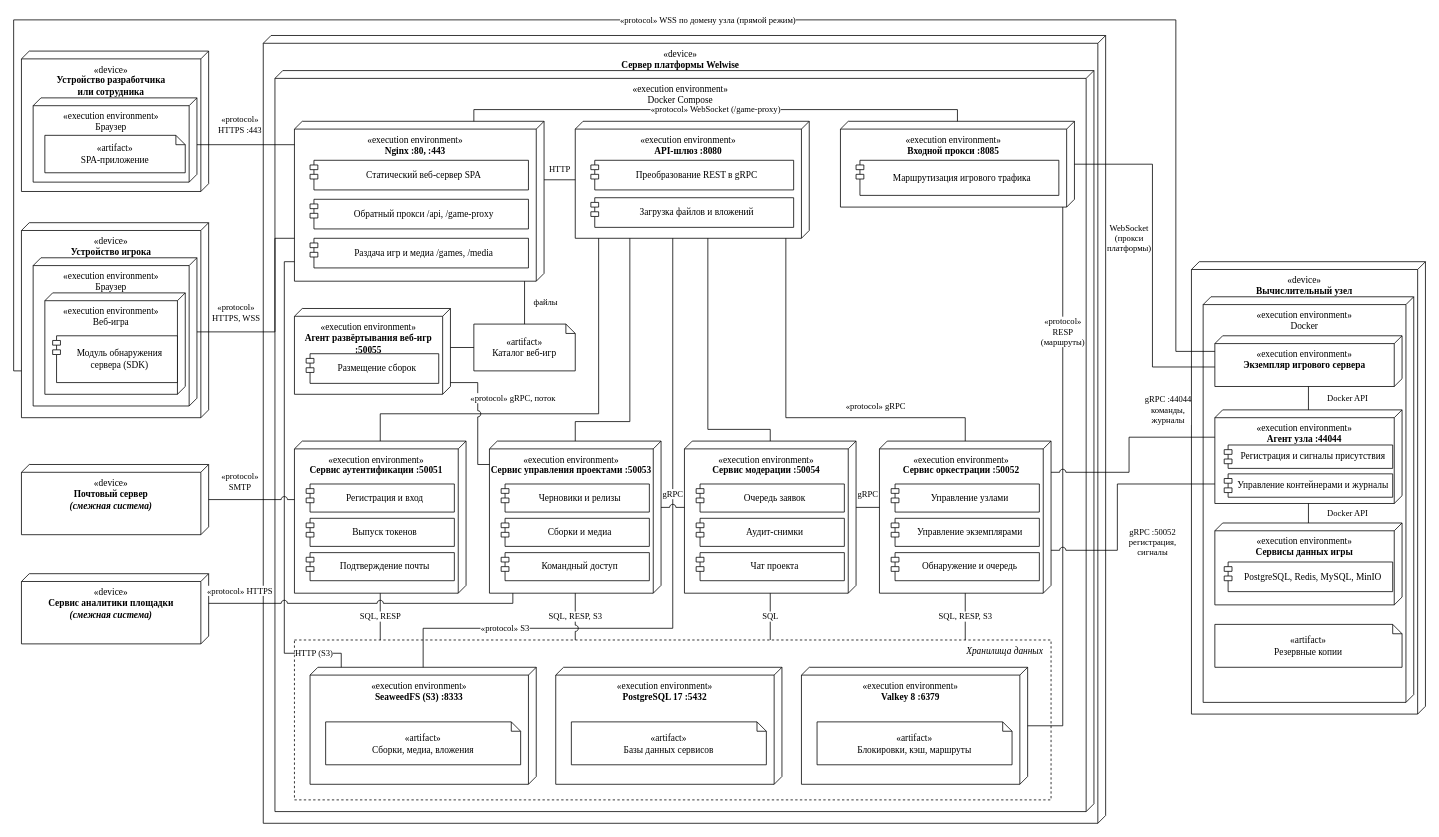
Before: docs/deployment/deployment.drawio in Be4Die/game-developer-hub, a draw.io diagram. Source tidied: cells renumbered, new cells numbered last; positions are measured from the earlier drawing's top-left corner, leaving out a move shared by most shapes. Both pictures are drawn from the tidied source at 78%, with x=0, y=0 at pixel (13, 13).
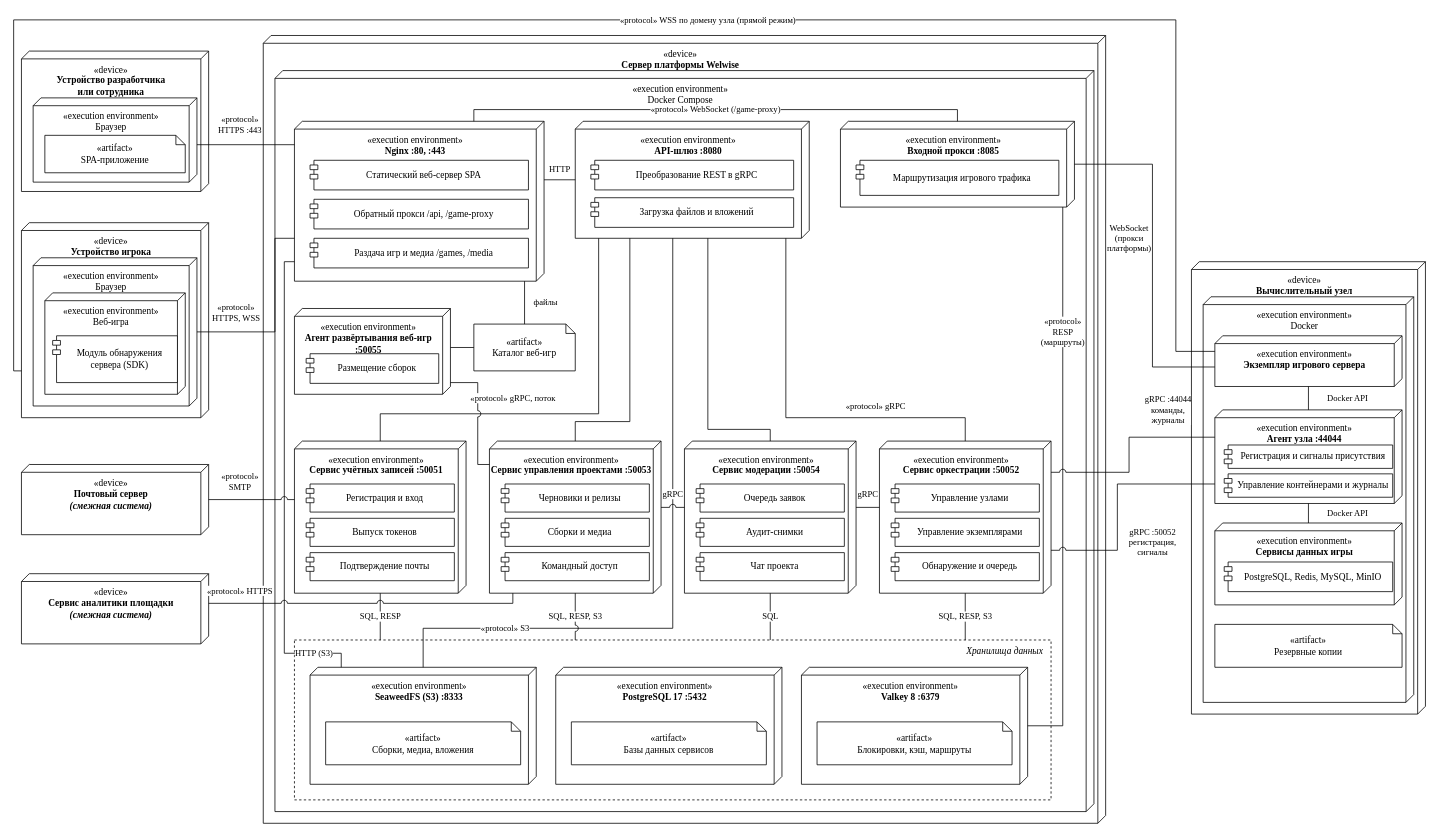
After the change.

Commit message (it also covers changes not shown here):
docs(deployment): обновить диаграмму развёртывания и план диаграмм

The edit, as a diff of the source:
```diff
@@
-    <mxCell id="25" value="«execution environment»&lt;br&gt;&lt;b&gt;Сервис аутентификации :50051&lt;/b&gt;" style="shape=cube;size=10;direction=south;html=1;whiteSpace=wrap;verticalAlign=top;align=center;boundedLbl=1;fillColor=#FFFFFF;fontFamily=Times New Roman;fontSize=12;" parent="1" vertex="1">
+    <mxCell id="25" value="«execution environment»&lt;br&gt;&lt;b&gt;Сервис учётных записей :50051&lt;/b&gt;" style="shape=cube;size=10;direction=south;html=1;whiteSpace=wrap;verticalAlign=top;align=center;boundedLbl=1;fillColor=#FFFFFF;fontFamily=Times New Roman;fontSize=12;" parent="1" vertex="1">
       <mxGeometry x="360" y="548" width="220" height="195" as="geometry" />
     </mxCell>
```
